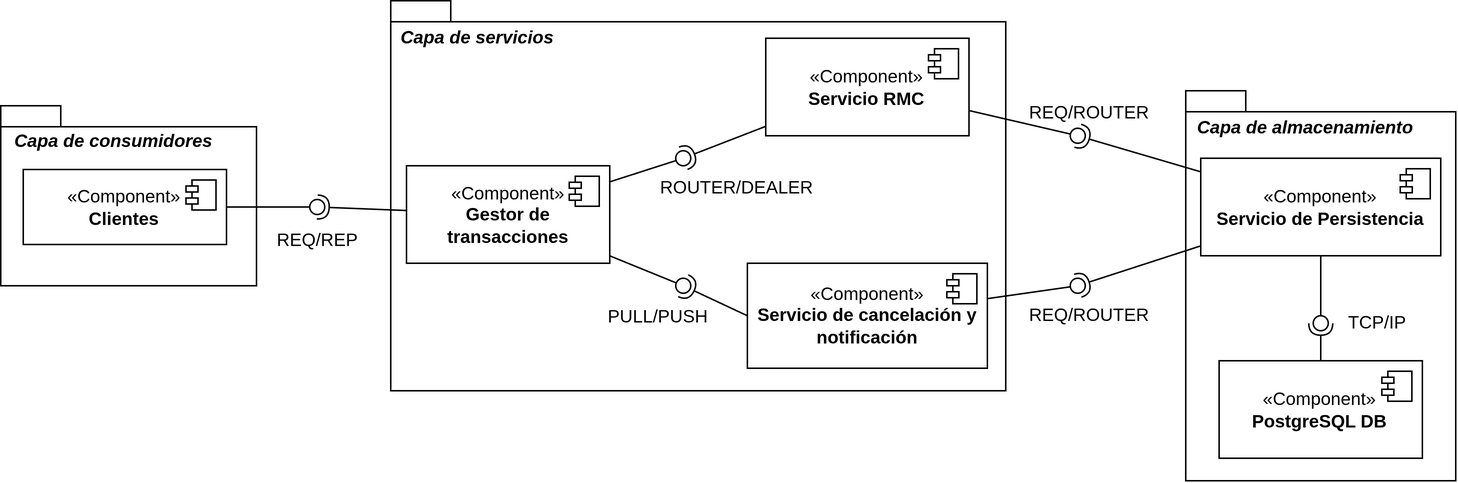
Earlier version of the draw.io export Informe proyecto/Images/Diagrama de Componentes.png (alejandrogonzalezo1055/V-Introduction-to-distributed-systems). Source tidied: cells renumbered, new cells last; positions are measured from the earlier drawing's top-left corner, leaving out a move shared by most shapes.
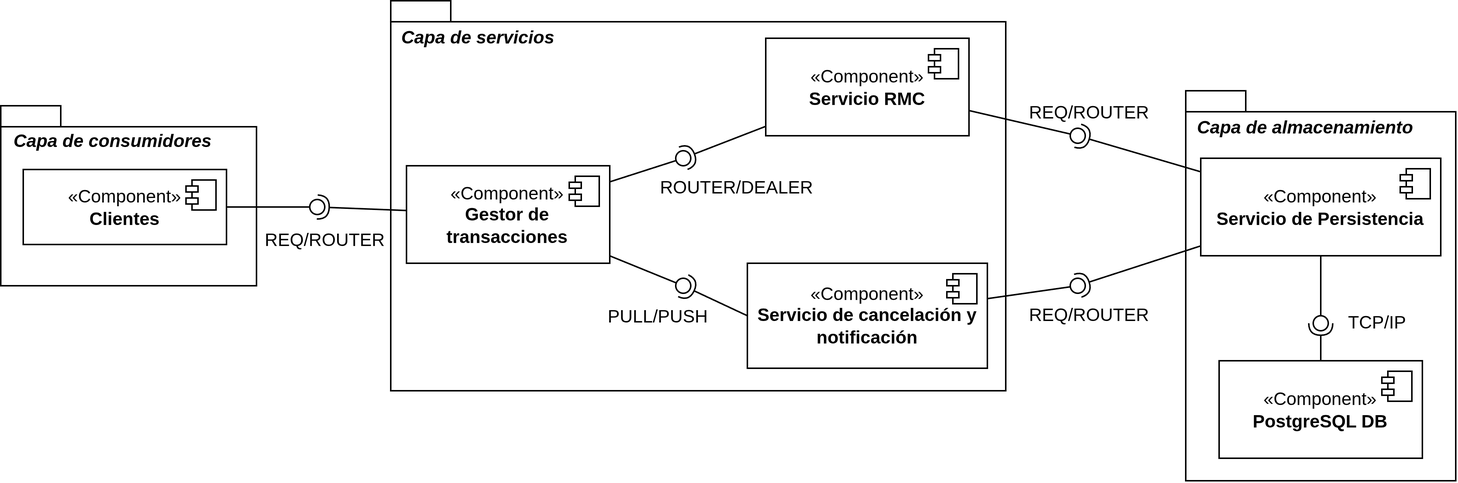
After the change.

Commit message:
docs: Se cambio el diagrama de clases y el de despliegue

What changed in the source:
```diff
@@ -2,8 +2,8 @@
   <root>
     <mxCell id="0" />
     <mxCell id="1" parent="0" />
-    <mxCell id="2" value="REQ/REP" style="text;html=1;whiteSpace=wrap;strokeColor=none;fillColor=none;align=center;verticalAlign=middle;rounded=0;" parent="1" vertex="1">
-      <mxGeometry x="174.6" y="150" width="72.8" height="20" as="geometry" />
+    <mxCell id="2" value="REQ/ROUTER" style="text;html=1;whiteSpace=wrap;strokeColor=none;fillColor=none;align=center;verticalAlign=middle;rounded=0;" parent="1" vertex="1">
+      <mxGeometry x="179.6" y="150" width="72.8" height="20" as="geometry" />
     </mxCell>
     <mxCell id="3" value="REQ/ROUTER" style="text;html=1;whiteSpace=wrap;strokeColor=none;fillColor=none;align=center;verticalAlign=middle;rounded=0;" parent="1" vertex="1">
       <mxGeometry x="680" y="65" width="92" height="20" as="geometry" />
```
